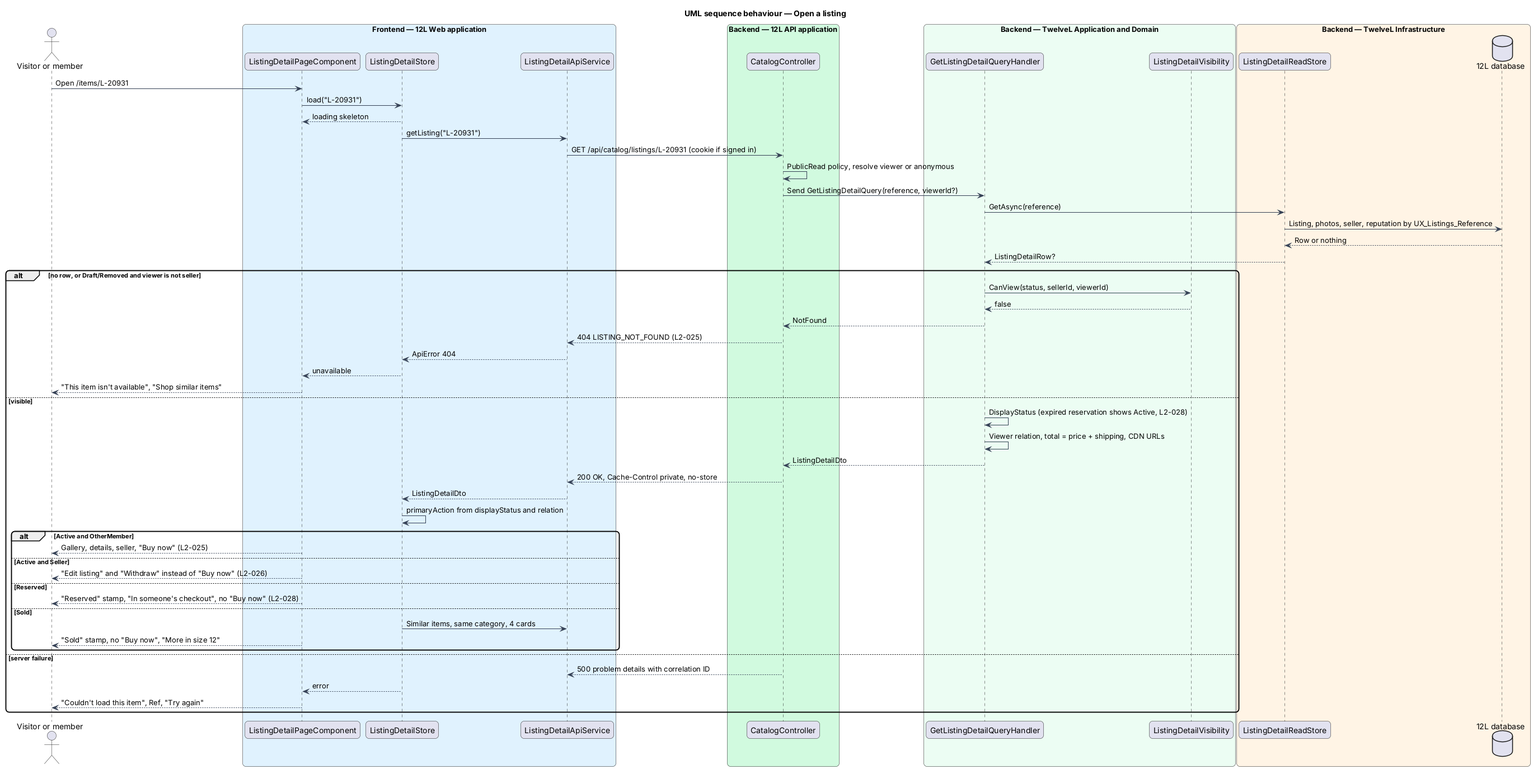
This is docs/detailed-designs/catalog/view-listing-detail/diagrams/sequence-open-listing.png from QuinntyneBrown/12l, a PlantUML export, as it was before one commit.
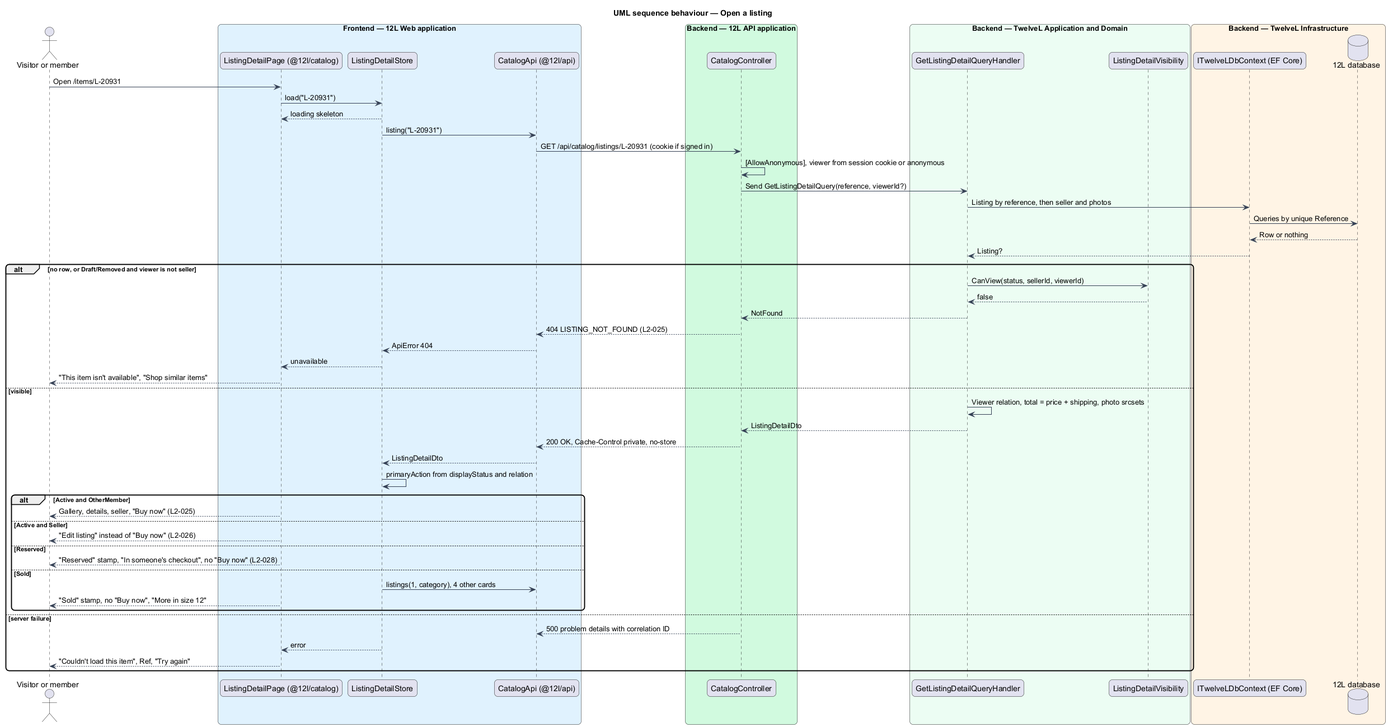
Later version of the same file.

The edit, as a diff of the source:
```diff
@@ -7,9 +7,9 @@
 skinparam ArrowColor #344054
 actor "Visitor or member" as actor
 box "Frontend — 12L Web application" #E0F2FE
-  participant "ListingDetailPageComponent" as page
+  participant "ListingDetailPage (@12l/catalog)" as page
   participant "ListingDetailStore" as store
-  participant "ListingDetailApiService" as client
+  participant "CatalogApi (@12l/api)" as client
 end box
 box "Backend — 12L API application" #D1FADF
   participant "CatalogController" as controller
@@ -19,20 +19,20 @@
   participant "ListingDetailVisibility" as vis
 end box
 box "Backend — TwelveL Infrastructure" #FFF4E5
-  participant "ListingDetailReadStore" as rs
+  participant "ITwelveLDbContext (EF Core)" as rs
   database "12L database" as db
 end box
 actor -> page : Open /items/L-20931
 page -> store : load("L-20931")
 store --> page : loading skeleton
-store -> client : getListing("L-20931")
+store -> client : listing("L-20931")
 client -> controller : GET /api/catalog/listings/L-20931 (cookie if signed in)
-controller -> controller : PublicRead policy, resolve viewer or anonymous
+controller -> controller : [AllowAnonymous], viewer from session cookie or anonymous
 controller -> handler : Send GetListingDetailQuery(reference, viewerId?)
-handler -> rs : GetAsync(reference)
-rs -> db : Listing, photos, seller, reputation by UX_Listings_Reference
+handler -> rs : Listing by reference, then seller and photos
+rs -> db : Queries by unique Reference
 db --> rs : Row or nothing
-rs --> handler : ListingDetailRow?
+rs --> handler : Listing?
 alt no row, or Draft/Removed and viewer is not seller
   handler -> vis : CanView(status, sellerId, viewerId)
   vis --> handler : false
@@ -42,8 +42,7 @@
   store --> page : unavailable
   page --> actor : "This item isn't available", "Shop similar items"
 else visible
-  handler -> handler : DisplayStatus (expired reservation shows Active, L2-028)
-  handler -> handler : Viewer relation, total = price + shipping, CDN URLs
+    handler -> handler : Viewer relation, total = price + shipping, photo srcsets
   handler --> controller : ListingDetailDto
   controller --> client : 200 OK, Cache-Control private, no-store
   client --> store : ListingDetailDto
@@ -51,11 +50,11 @@
   alt Active and OtherMember
     page --> actor : Gallery, details, seller, "Buy now" (L2-025)
   else Active and Seller
-    page --> actor : "Edit listing" and "Withdraw" instead of "Buy now" (L2-026)
+    page --> actor : "Edit listing" instead of "Buy now" (L2-026)
   else Reserved
     page --> actor : "Reserved" stamp, "In someone's checkout", no "Buy now" (L2-028)
   else Sold
-    store -> client : Similar items, same category, 4 cards
+    store -> client : listings(1, category), 4 other cards
     page --> actor : "Sold" stamp, no "Buy now", "More in size 12"
   end
 else server failure
```
